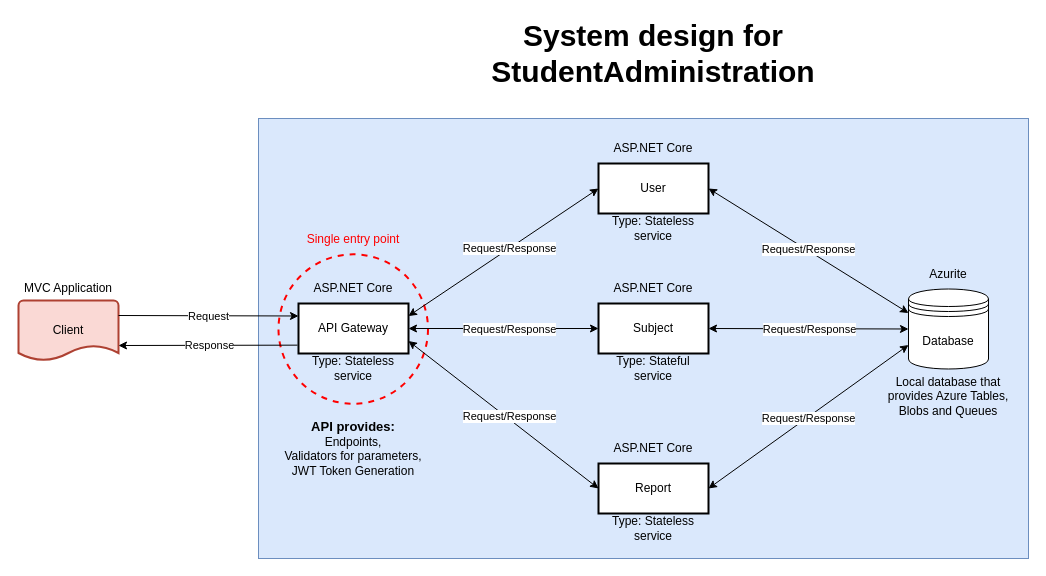
Above: SystemDesign.drawio in ilija-ra/StudentAdministration (draw.io), before the change. Source tidied: cells renumbered, new cells numbered last; positions are measured from the earlier drawing's top-left corner, leaving out a move shared by most shapes. Both pictures are drawn from the tidied source at 100%, with x=0, y=0 at pixel (18, 38).
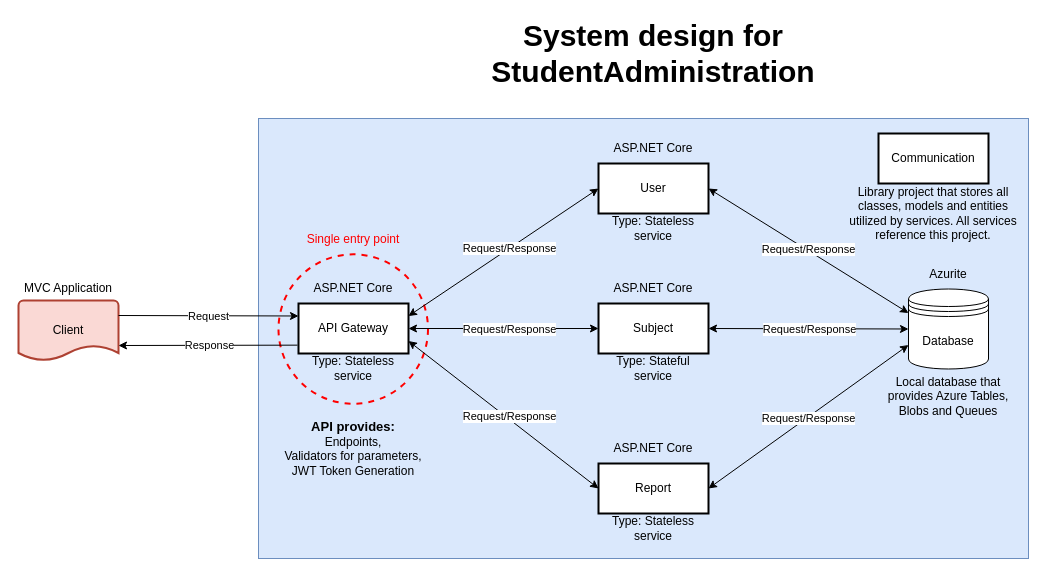
The same diagram, later.

What changed in the source:
```diff
@@
+    <mxCell id="40" value="Communication" style="html=1;whiteSpace=wrap;strokeWidth=2;" parent="1" vertex="1">
+      <mxGeometry x="860" y="95" width="110" height="50" as="geometry" />
+    </mxCell>
+    <mxCell id="41" value="Library project that stores all classes, models and entities utilized by services. All services reference this project." style="text;html=1;strokeColor=none;fillColor=none;align=center;verticalAlign=middle;whiteSpace=wrap;rounded=0;" parent="1" vertex="1">
+      <mxGeometry x="830" y="160" width="170" height="30" as="geometry" />
+    </mxCell>
```
